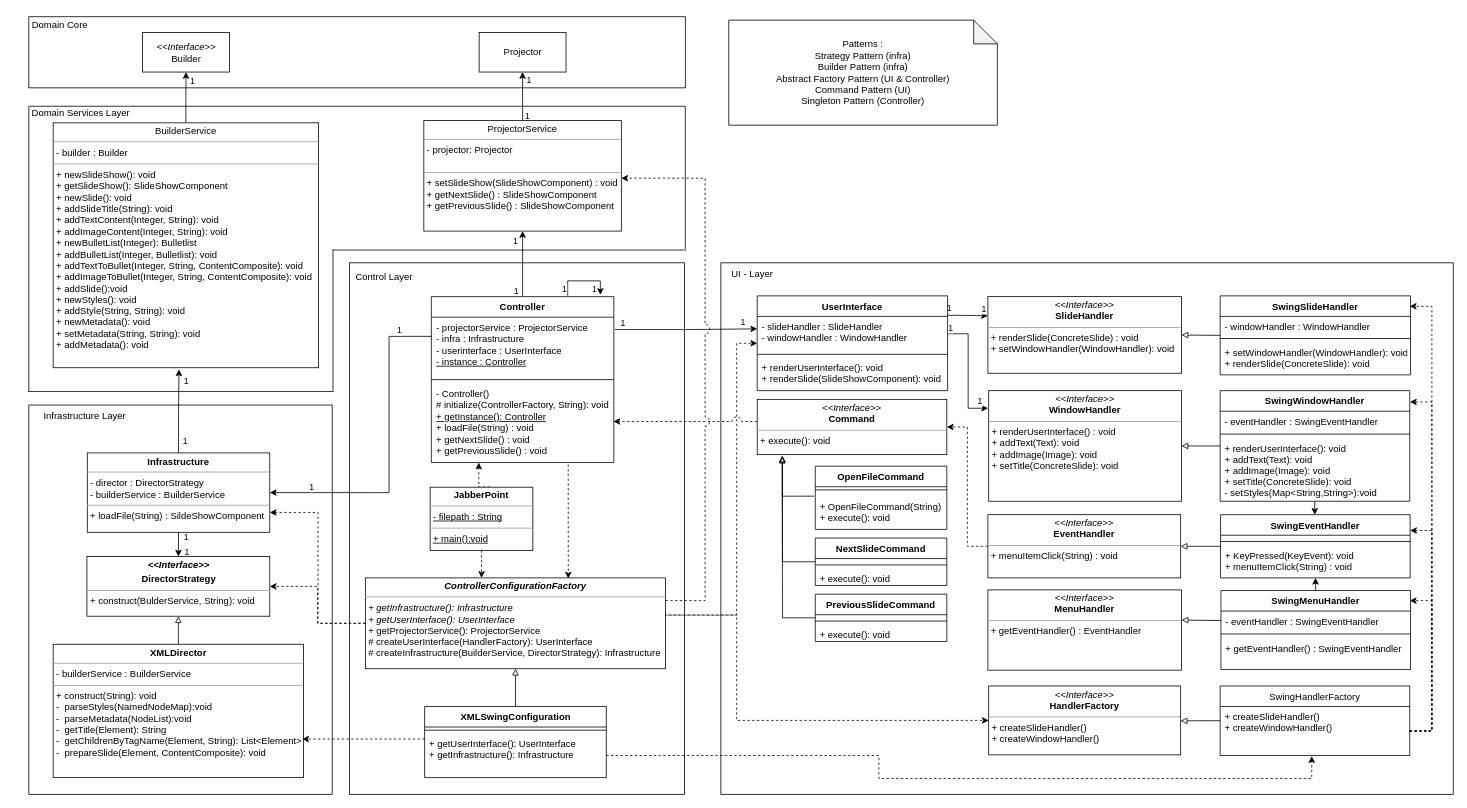
Earlier version of the draw.io diagram Diagrams/NewDesign/Design without feature/LayersDesign.drawio (maartendekker1998/OU_jabberpoint). Source tidied: cells renumbered, new cells numbered last; positions are measured from the earlier drawing's top-left corner, leaving out a move shared by most shapes. Both pictures are drawn from the tidied source at 79%, with x=0, y=0 at pixel (13, 13).
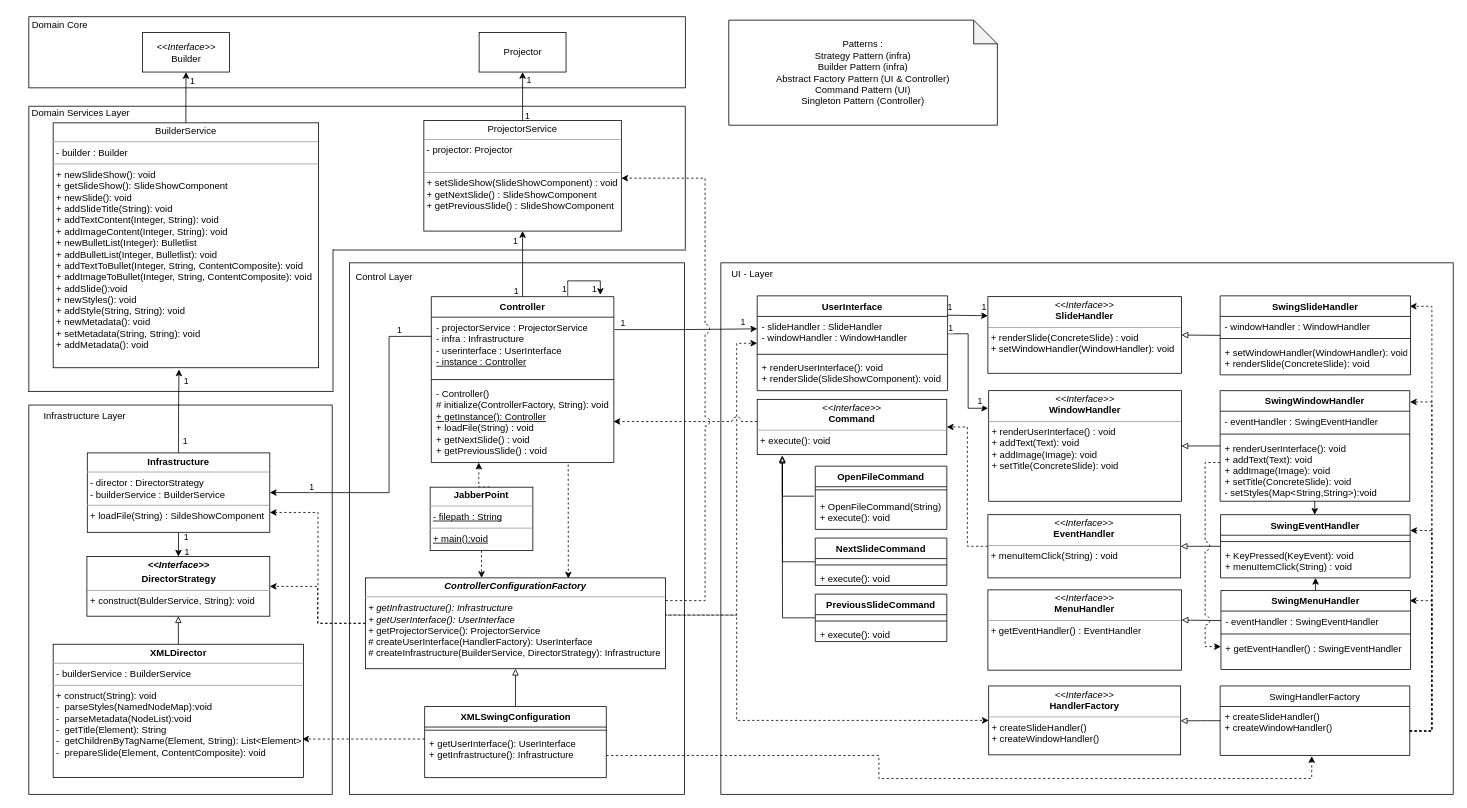
The same page after the edit.

Unchanged cells that the change refers to:
```xml
<mxCell id="33" style="edgeStyle=orthogonalEdgeStyle;rounded=0;jumpStyle=arc;jumpSize=10;jettySize=auto;html=1;entryX=0;entryY=0.25;entryDx=0;entryDy=0;startArrow=none;startFill=0;endArrow=classic;endFill=1;exitX=0.996;exitY=-0.034;exitDx=0;exitDy=0;exitPerimeter=0;" parent="1" edge="1" source="37" target="84">
  <mxGeometry relative="1" as="geometry" />
</mxCell>
```

Diff of the diagram source:
```diff
@@
     <mxCell id="34" value="1" style="edgeLabel;html=1;align=center;verticalAlign=middle;" parent="33" vertex="1">
       <mxGeometry x="-0.83" y="1" relative="1" as="geometry">
-        <mxPoint x="-2" y="-8" as="offset" />
+        <mxPoint x="-1" y="-10" as="offset" />
       </mxGeometry>
     </mxCell>
     <mxCell id="35" value="1" style="edgeLabel;html=1;align=center;verticalAlign=middle;" parent="33" vertex="1">
       <mxGeometry x="0.65" relative="1" as="geometry">
-        <mxPoint x="3" y="-9" as="offset" />
+        <mxPoint x="3" y="-11" as="offset" />
       </mxGeometry>
     </mxCell>
@@
+    <mxCell id="132" style="edgeStyle=orthogonalEdgeStyle;rounded=0;orthogonalLoop=1;jettySize=auto;html=1;entryX=0;entryY=0.5;entryDx=0;entryDy=0;exitX=0;exitY=0.5;exitDx=0;exitDy=0;dashed=1;jumpStyle=arc;jumpSize=12;" parent="1" edge="1">
+      <mxGeometry relative="1" as="geometry">
+        <mxPoint x="1527" y="568" as="sourcePoint" />
+        <mxPoint x="1528" y="801" as="targetPoint" />
+        <Array as="points">
+          <mxPoint x="1508" y="568" />
+          <mxPoint x="1508" y="801" />
+        </Array>
+      </mxGeometry>
+    </mxCell>
```
